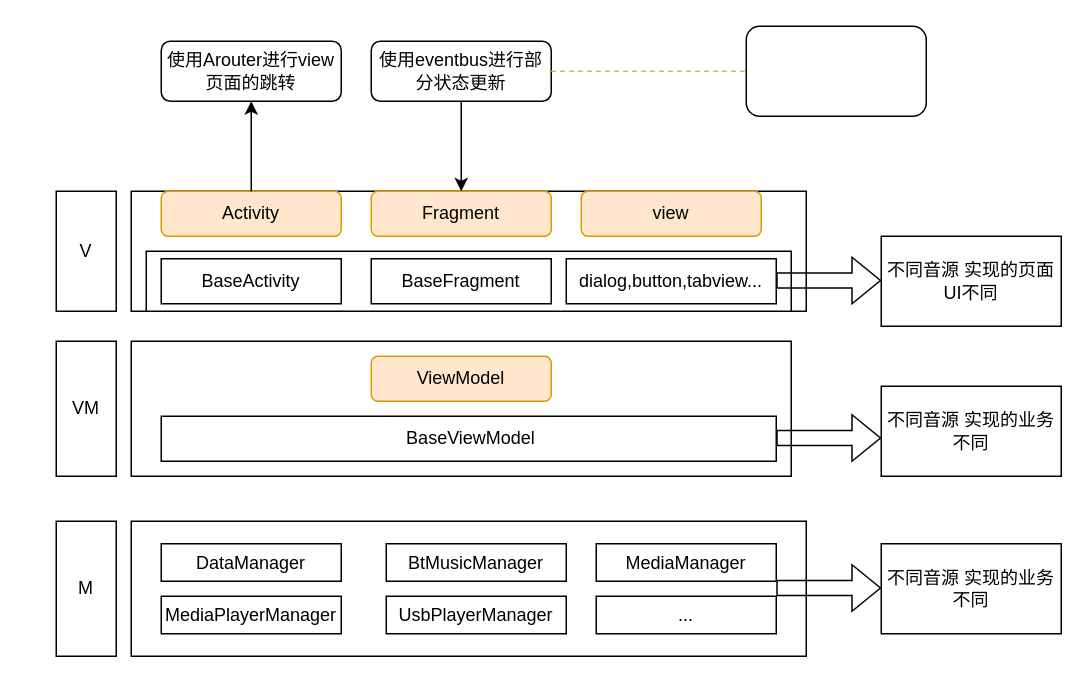
Earlier version of the draw.io diagram page "第 1 页" (1 of 2) of 未命名绘图.drawio (NewPlayerAndroid/Latest-Interview). Source tidied: cells renumbered, new cells numbered last; positions are measured from the earlier drawing's top-left corner, leaving out a move shared by most shapes. Both pictures are drawn from the tidied source at 150%, with x=0, y=0 at pixel (26, 26).
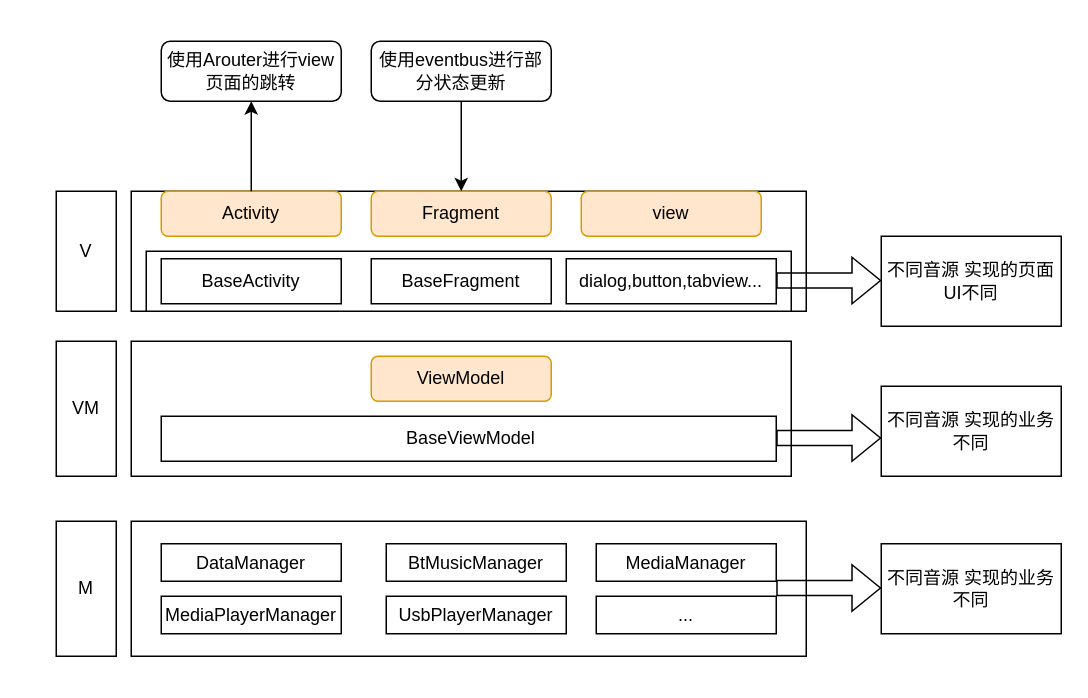
The same page after the edit.

Unchanged cells that the change refers to:
```xml
<mxCell id="34" value="使用eventbus进行部分状态更新" style="rounded=1;whiteSpace=wrap;html=1;" parent="1" vertex="1">
  <mxGeometry x="230" y="10" width="120" height="40" as="geometry" />
</mxCell>
```

Change to the diagram source:
```diff
@@
-    <mxCell id="35" style="endArrow=none;dashed=1;html=1;rounded=0;exitX=1;exitY=0.5;exitDx=0;exitDy=0;fillColor=#fff2cc;strokeColor=#d6b656;" parent="1" edge="1" source="34">
-      <mxGeometry relative="1" as="geometry">
-        <mxPoint x="480" y="30" as="targetPoint" />
-      </mxGeometry>
-    </mxCell>
-    <mxCell id="36" style="rounded=1;whiteSpace=wrap;html=1;" parent="1" vertex="1">
-      <mxGeometry x="480" width="120" height="60" as="geometry" />
-    </mxCell>
```
